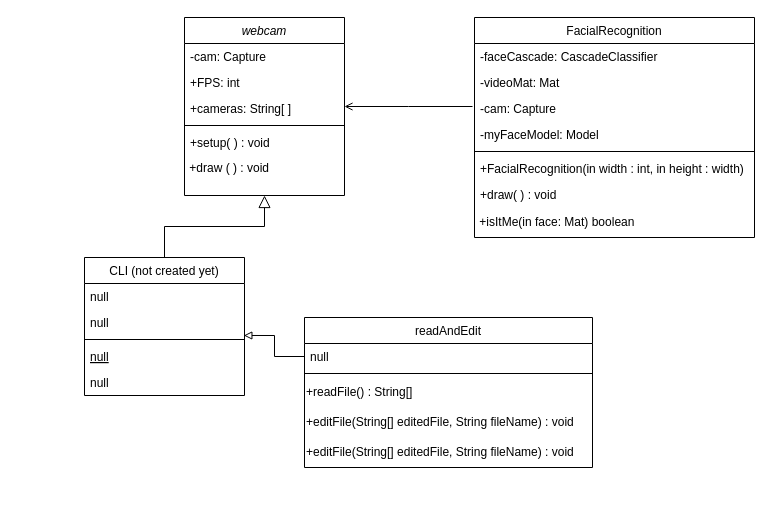
Above: UML.drawio in Memin124/final_project (draw.io), before the change. Source tidied: cells renumbered, new cells numbered last; positions are measured from the earlier drawing's top-left corner, leaving out a move shared by most shapes. Both pictures are drawn from the tidied source at 100%, with x=0, y=0 at pixel (84, 17).
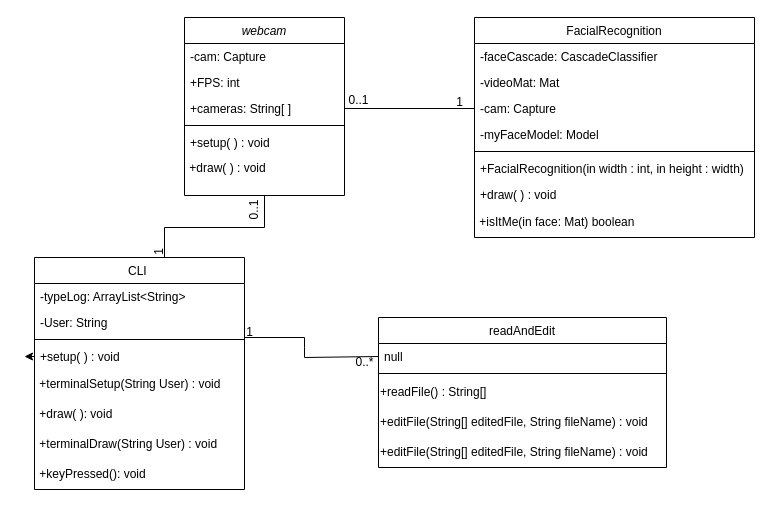
The same diagram, later.

Unchanged cells that the change refers to:
```xml
<mxCell id="2" value="webcam" style="swimlane;fontStyle=2;align=center;verticalAlign=top;horizontal=1;startSize=26;rounded=0;shadow=0;strokeWidth=1;" parent="1" vertex="1">
  <mxGeometry x="100" width="160" height="178" as="geometry" />
</mxCell>
<mxCell id="5" value="+cameras: String[ ]" style="text;align=left;verticalAlign=top;spacingLeft=4;spacingRight=4;overflow=hidden;points=[[0,0.5],[1,0.5]];portConstraint=eastwest;rounded=0;shadow=0;html=0;" parent="2" vertex="1">
  <mxGeometry y="78" width="160" height="26" as="geometry" />
</mxCell>
<mxCell id="17" value="null" style="text;align=left;verticalAlign=top;spacingLeft=4;spacingRight=4;overflow=hidden;points=[[0,0.5],[1,0.5]];portConstraint=eastwest;" parent="16" vertex="1">
  <mxGeometry y="26" width="288" height="26" as="geometry" />
</mxCell>
<mxCell id="26" value="-cam: Capture" style="text;align=left;verticalAlign=top;spacingLeft=4;spacingRight=4;overflow=hidden;points=[[0,0.5],[1,0.5]];portConstraint=eastwest;rounded=0;shadow=0;html=0;" parent="23" vertex="1">
  <mxGeometry y="78" width="280" height="26" as="geometry" />
</mxCell>
```

Change to the diagram source:
```diff
@@
-    <mxCell id="8" value="&amp;nbsp;+draw ( ) : void&lt;div style=&quot;border-color: var(--border-color); padding: 0px; margin: 0px;&quot;&gt;&lt;br style=&quot;border-color: var(--border-color); padding: 0px; margin: 0px;&quot;&gt;&lt;/div&gt;" style="text;html=1;align=left;verticalAlign=middle;points=[];strokeColor=none;fillColor=none;" parent="2" vertex="1">
+    <mxCell id="8" value="&amp;nbsp;+draw( ) : void&lt;div style=&quot;border-color: var(--border-color); padding: 0px; margin: 0px;&quot;&gt;&lt;br style=&quot;border-color: var(--border-color); padding: 0px; margin: 0px;&quot;&gt;&lt;/div&gt;" style="text;html=1;align=left;verticalAlign=middle;points=[];strokeColor=none;fillColor=none;" parent="2" vertex="1">
       <mxGeometry y="138" width="160" height="40" as="geometry" />
     </mxCell>
-    <mxCell id="9" value="CLI (not created yet)" style="swimlane;fontStyle=0;align=center;verticalAlign=top;horizontal=1;startSize=26;rounded=0;shadow=0;strokeWidth=1;" parent="1" vertex="1">
-      <mxGeometry y="240" width="160" height="138" as="geometry" />
+    <mxCell id="9" value="CLI " style="swimlane;fontStyle=0;align=center;verticalAlign=top;horizontal=1;startSize=26;rounded=0;shadow=0;strokeWidth=1;" parent="1" vertex="1">
+      <mxGeometry x="-50" y="240" width="210" height="232" as="geometry" />
     </mxCell>
-    <mxCell id="10" value="null" style="text;align=left;verticalAlign=top;spacingLeft=4;spacingRight=4;overflow=hidden;" parent="9" vertex="1">
-      <mxGeometry y="26" width="160" height="26" as="geometry" />
+    <mxCell id="10" value="-typeLog: ArrayList&lt;String&gt;" style="text;align=left;verticalAlign=top;spacingLeft=4;spacingRight=4;overflow=hidden;" parent="9" vertex="1">
+      <mxGeometry y="26" width="210" height="26" as="geometry" />
     </mxCell>
-    <mxCell id="11" value="null" style="text;align=left;verticalAlign=top;spacingLeft=4;spacingRight=4;overflow=hidden;rounded=0;shadow=0;html=0;" parent="9" vertex="1">
-      <mxGeometry y="52" width="160" height="26" as="geometry" />
+    <mxCell id="11" value="-User: String" style="text;align=left;verticalAlign=top;spacingLeft=4;spacingRight=4;overflow=hidden;rounded=0;shadow=0;html=0;" parent="9" vertex="1">
+      <mxGeometry y="52" width="210" height="26" as="geometry" />
     </mxCell>
     <mxCell id="12" style="line;html=1;strokeWidth=1;align=left;verticalAlign=middle;spacingTop=-1;spacingLeft=3;spacingRight=3;labelPosition=right;" parent="9" vertex="1">
-      <mxGeometry y="78" width="160" height="8" as="geometry" />
+      <mxGeometry y="78" width="210" height="8" as="geometry" />
     </mxCell>
-    <mxCell id="13" value="null" style="text;align=left;verticalAlign=top;spacingLeft=4;spacingRight=4;overflow=hidden;points=[[0,0.5],[1,0.5]];portConstraint=eastwest;fontStyle=4;" parent="9" vertex="1">
-      <mxGeometry y="86" width="160" height="26" as="geometry" />
-    </mxCell>
+    <mxCell id="33" style="edgeStyle=orthogonalEdgeStyle;rounded=0;jettySize=auto;html=1;exitX=0;exitY=0.5;exitDx=0;exitDy=0;" parent="9" edge="1" source="14">
+      <mxGeometry relative="1" as="geometry">
+        <mxPoint x="-10" y="99" as="targetPoint" />
+      </mxGeometry>
+    </mxCell>
-    <mxCell id="14" value="null" style="text;align=left;verticalAlign=top;spacingLeft=4;spacingRight=4;overflow=hidden;points=[[0,0.5],[1,0.5]];portConstraint=eastwest;" parent="9" vertex="1">
-      <mxGeometry y="112" width="160" height="26" as="geometry" />
+    <mxCell id="14" value="+setup( ) : void&#10;" style="text;align=left;verticalAlign=top;spacingLeft=4;spacingRight=4;overflow=hidden;points=[[0,0.5],[1,0.5]];portConstraint=eastwest;" parent="9" vertex="1">
+      <mxGeometry y="86" width="210" height="26" as="geometry" />
     </mxCell>
-    <mxCell id="15" style="endArrow=block;endSize=10;endFill=0;shadow=0;strokeWidth=1;rounded=0;edgeStyle=elbowEdgeStyle;elbow=vertical;" parent="1" edge="1" source="9" target="2">
-      <mxGeometry relative="1" as="geometry" />
-    </mxCell>
+    <mxCell id="34" value="&amp;nbsp;+terminalSetup(String User) : void" style="text;html=1;align=left;verticalAlign=middle;strokeColor=none;fillColor=none;" parent="9" vertex="1">
+      <mxGeometry y="112" width="210" height="30" as="geometry" />
+    </mxCell>
+    <mxCell id="35" value="&amp;nbsp;+draw( ): void" style="text;html=1;align=left;verticalAlign=middle;strokeColor=none;fillColor=none;" parent="9" vertex="1">
+      <mxGeometry y="142" width="210" height="30" as="geometry" />
+    </mxCell>
+    <mxCell id="36" value="&amp;nbsp;+terminalDraw(String User) : void" style="text;html=1;align=left;verticalAlign=middle;strokeColor=none;fillColor=none;" parent="9" vertex="1">
+      <mxGeometry y="172" width="210" height="30" as="geometry" />
+    </mxCell>
+    <mxCell id="37" value="&amp;nbsp;+keyPressed(): void" style="text;html=1;align=left;verticalAlign=middle;strokeColor=none;fillColor=none;" parent="9" vertex="1">
+      <mxGeometry y="202" width="210" height="30" as="geometry" />
+    </mxCell>
     <mxCell id="16" value="readAndEdit" style="swimlane;fontStyle=0;align=center;verticalAlign=top;horizontal=1;startSize=26;rounded=0;shadow=0;strokeWidth=1;" parent="1" vertex="1">
-      <mxGeometry x="220" y="300" width="288" height="150" as="geometry" />
+      <mxGeometry x="294" y="300" width="288" height="150" as="geometry" />
     </mxCell>
@@
-    <mxCell id="22" style="endArrow=none;shadow=0;strokeWidth=1;rounded=0;endFill=0;edgeStyle=elbowEdgeStyle;elbow=vertical;startArrow=open;startFill=0;" parent="1" edge="1" source="2">
-      <mxGeometry x="0.5" y="41" relative="1" as="geometry">
-        <mxPoint x="388" y="89" as="targetPoint" />
-        <mxPoint x="-40" y="32" as="offset" />
-      </mxGeometry>
-    </mxCell>
@@
-    <mxCell id="32" style="edgeStyle=orthogonalEdgeStyle;rounded=0;jettySize=auto;html=1;exitX=0;exitY=0.5;exitDx=0;exitDy=0;entryX=0.996;entryY=-0.308;entryDx=0;entryDy=0;entryPerimeter=0;strokeColor=default;endArrow=block;endFill=0;" parent="1" edge="1" source="17" target="13">
-      <mxGeometry relative="1" as="geometry" />
-    </mxCell>
+    <mxCell id="38" style="endArrow=none;html=1;rounded=0;exitX=1;exitY=0.5;exitDx=0;exitDy=0;entryX=0;entryY=0.5;entryDx=0;entryDy=0;" parent="1" edge="1" source="5" target="26">
+      <mxGeometry relative="1" as="geometry" />
+    </mxCell>
+    <mxCell id="39" style="endArrow=none;html=1;rounded=0;" parent="1" edge="1" target="8">
+      <mxGeometry relative="1" as="geometry">
+        <mxPoint x="80" y="240" as="sourcePoint" />
+        <Array as="points">
+          <mxPoint x="80" y="210" />
+          <mxPoint x="180" y="210" />
+        </Array>
+      </mxGeometry>
+    </mxCell>
+    <mxCell id="40" style="endArrow=none;html=1;rounded=0;entryX=0;entryY=0.5;entryDx=0;entryDy=0;" parent="1" edge="1" target="17">
+      <mxGeometry relative="1" as="geometry">
+        <mxPoint x="160" y="320" as="sourcePoint" />
+        <Array as="points">
+          <mxPoint x="220" y="320" />
+          <mxPoint x="220" y="330" />
+          <mxPoint x="220" y="340" />
+        </Array>
+      </mxGeometry>
+    </mxCell>
+    <mxCell id="41" value="0..*" style="text;html=1;align=center;verticalAlign=middle;strokeColor=none;fillColor=none;" parent="1" vertex="1">
+      <mxGeometry x="260" y="330" width="40" height="30" as="geometry" />
+    </mxCell>
+    <mxCell id="42" value="0..1" style="text;html=1;align=center;verticalAlign=middle;strokeColor=none;fillColor=none;rotation=270;" parent="1" vertex="1">
+      <mxGeometry x="150" y="178" width="40" height="30" as="geometry" />
+    </mxCell>
+    <mxCell id="43" value="1" style="text;html=1;align=center;verticalAlign=middle;strokeColor=none;fillColor=none;rotation=270;" parent="1" vertex="1">
+      <mxGeometry x="60" y="220" width="30" height="30" as="geometry" />
+    </mxCell>
+    <mxCell id="44" value="1" style="text;html=1;align=center;verticalAlign=middle;strokeColor=none;fillColor=none;" parent="1" vertex="1">
+      <mxGeometry x="150" y="300" width="30" height="30" as="geometry" />
+    </mxCell>
+    <mxCell id="45" value="0..1" style="text;html=1;align=center;verticalAlign=middle;strokeColor=none;fillColor=none;" parent="1" vertex="1">
+      <mxGeometry x="254" y="68" width="40" height="30" as="geometry" />
+    </mxCell>
+    <mxCell id="46" value="1" style="text;html=1;align=center;verticalAlign=middle;strokeColor=none;fillColor=none;" parent="1" vertex="1">
+      <mxGeometry x="360" y="70" width="30" height="30" as="geometry" />
+    </mxCell>
```
